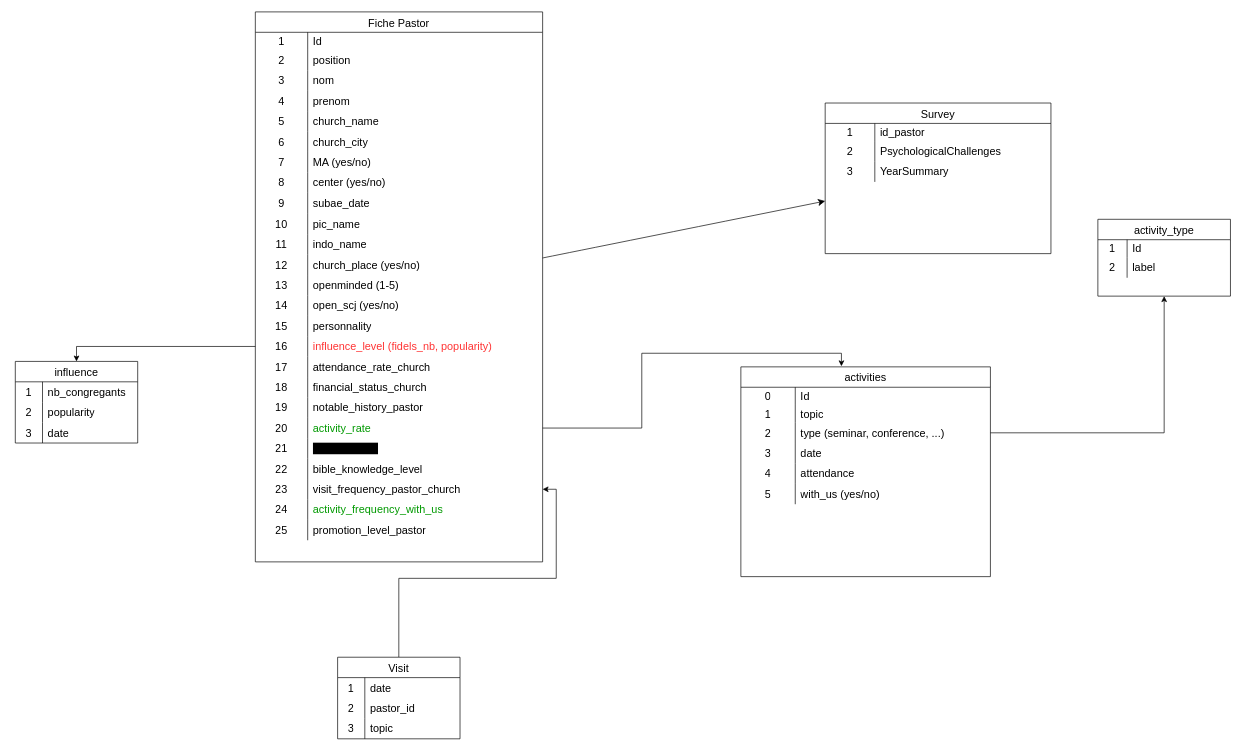
This is DMD_Data_Model.drawio from Jbertrius/dmd_model, a draw.io file, before an edit. Source tidied: cells renumbered, new cells numbered last; positions are measured from the earlier drawing's top-left corner, leaving out a move shared by most shapes. Both pictures are drawn from the tidied source at 68%, with x=0, y=0 at pixel (15, 12).
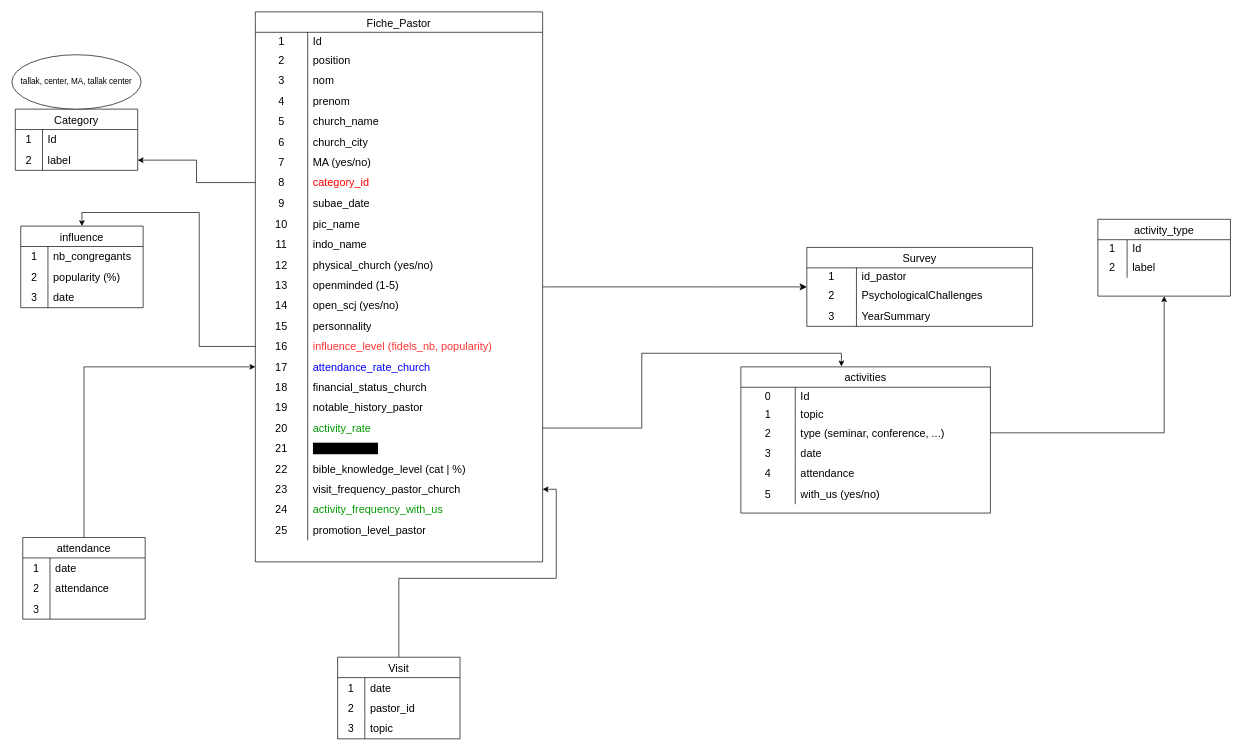
The same diagram, later.

Commit message:
Mettre à jour DMD_Data_Model.drawio

The change refers to these unchanged cells:
```xml
<mxCell id="25" style="shape=tableRow;horizontal=0;startSize=0;swimlaneHead=0;swimlaneBody=0;top=0;left=0;bottom=0;right=0;fillColor=none;points=[[0,0.5],[1,0.5]];portConstraint=eastwest;strokeColor=inherit;fontSize=16;" parent="3" vertex="1">
  <mxGeometry y="236" width="422.5" height="30" as="geometry" />
</mxCell>
<mxCell id="37" style="shape=tableRow;horizontal=0;startSize=0;swimlaneHead=0;swimlaneBody=0;top=0;left=0;bottom=0;right=0;fillColor=none;strokeColor=inherit;fontSize=16;" parent="3" vertex="1">
  <mxGeometry y="357" width="422.5" height="30" as="geometry" />
</mxCell>
<mxCell id="52" style="shape=tableRow;horizontal=0;startSize=0;swimlaneHead=0;swimlaneBody=0;top=0;left=0;bottom=0;right=0;fillColor=none;points=[[0,0.5],[1,0.5]];portConstraint=eastwest;strokeColor=inherit;fontSize=16;" parent="3" vertex="1">
  <mxGeometry y="507" width="422.5" height="30" as="geometry" />
</mxCell>
<mxCell id="67" style="shape=tableRow;horizontal=0;startSize=0;swimlaneHead=0;swimlaneBody=0;top=0;left=0;bottom=0;right=0;fillColor=none;strokeColor=inherit;fontSize=16;" parent="3" vertex="1">
  <mxGeometry y="657" width="422.5" height="30" as="geometry" />
</mxCell>
<mxCell id="121" style="shape=tableRow;horizontal=0;startSize=0;swimlaneHead=0;swimlaneBody=0;top=0;left=0;bottom=0;right=0;fillColor=none;strokeColor=inherit;fontSize=16;" parent="117" vertex="1">
  <mxGeometry y="60" width="180" height="30" as="geometry" />
</mxCell>
```

What changed in the source:
```diff
@@
-    <mxCell id="3" value="Fiche Pastor" style="shape=table;startSize=30;childLayout=tableLayout;rowLines=0;fontStyle=0;strokeColor=default;fontSize=16;" parent="1" vertex="1">
+    <mxCell id="3" value="Fiche_Pastor" style="shape=table;startSize=30;childLayout=tableLayout;rowLines=0;fontStyle=0;strokeColor=default;fontSize=16;" parent="1" vertex="1">
       <mxGeometry x="353" width="422.5" height="808.8" as="geometry" />
     </mxCell>
@@
-    <mxCell id="27" value="center (yes/no)" style="shape=partialRectangle;html=1;whiteSpace=wrap;fillColor=none;top=0;left=0;bottom=0;right=0;align=left;spacingLeft=6;overflow=hidden;strokeColor=inherit;fontSize=16;" parent="25" vertex="1">
+    <mxCell id="27" value="category_id" style="shape=partialRectangle;html=1;whiteSpace=wrap;fillColor=none;top=0;left=0;bottom=0;right=0;align=left;spacingLeft=6;overflow=hidden;strokeColor=inherit;fontSize=16;fontColor=#FF0000;" parent="25" vertex="1">
       <mxGeometry x="77" width="346" height="30" as="geometry" />
     </mxCell>
@@
-    <mxCell id="39" value="church_place (yes/no)" style="shape=partialRectangle;html=1;whiteSpace=wrap;fillColor=none;top=0;left=0;bottom=0;right=0;align=left;spacingLeft=6;overflow=hidden;strokeColor=inherit;fontSize=16;" parent="37" vertex="1">
+    <mxCell id="39" value="physical_church (yes/no)" style="shape=partialRectangle;html=1;whiteSpace=wrap;fillColor=none;top=0;left=0;bottom=0;right=0;align=left;spacingLeft=6;overflow=hidden;strokeColor=inherit;fontSize=16;" parent="37" vertex="1">
       <mxGeometry x="77" width="346" height="30" as="geometry" />
     </mxCell>
@@
-    <mxCell id="54" value="&lt;font color=&quot;#000000&quot;&gt;attendance_rate_church&lt;/font&gt;" style="shape=partialRectangle;html=1;whiteSpace=wrap;fillColor=none;top=0;left=0;bottom=0;right=0;align=left;spacingLeft=6;overflow=hidden;strokeColor=inherit;fontSize=16;fontColor=#FF3333;" parent="52" vertex="1">
+    <mxCell id="54" value="&lt;font&gt;attendance_rate_church&lt;/font&gt;" style="shape=partialRectangle;html=1;whiteSpace=wrap;fillColor=none;top=0;left=0;bottom=0;right=0;align=left;spacingLeft=6;overflow=hidden;strokeColor=inherit;fontSize=16;fontColor=#0000FF;" parent="52" vertex="1">
       <mxGeometry x="77" width="346" height="30" as="geometry" />
     </mxCell>
@@
-    <mxCell id="69" value="bible_knowledge_level" style="shape=partialRectangle;html=1;whiteSpace=wrap;fillColor=none;top=0;left=0;bottom=0;right=0;align=left;spacingLeft=6;overflow=hidden;strokeColor=inherit;fontSize=16;fontColor=#000000;" parent="67" vertex="1">
+    <mxCell id="69" value="bible_knowledge_level (cat | %)" style="shape=partialRectangle;html=1;whiteSpace=wrap;fillColor=none;top=0;left=0;bottom=0;right=0;align=left;spacingLeft=6;overflow=hidden;strokeColor=inherit;fontSize=16;fontColor=#000000;" parent="67" vertex="1">
       <mxGeometry x="77" width="346" height="30" as="geometry" />
     </mxCell>
@@
     <mxCell id="79" value="Survey" style="shape=table;startSize=30;childLayout=tableLayout;rowLines=0;fontStyle=0;strokeColor=default;fontSize=16;" parent="1" vertex="1">
-      <mxGeometry x="1191" y="134" width="332" height="221.5" as="geometry" />
+      <mxGeometry x="1164" y="346.4" width="332" height="116" as="geometry" />
     </mxCell>
@@
     <mxCell id="89" value="activities" style="shape=table;startSize=30;childLayout=tableLayout;rowLines=0;fontStyle=0;strokeColor=default;fontSize=16;" parent="1" vertex="1">
-      <mxGeometry x="1067" y="522" width="367" height="308.5" as="geometry" />
+      <mxGeometry x="1067" y="522" width="367" height="215" as="geometry" />
     </mxCell>
@@
     <mxCell id="117" value="influence" style="shape=table;startSize=30;childLayout=tableLayout;rowLines=0;fontStyle=0;strokeColor=default;fontSize=16;" parent="1" vertex="1">
-      <mxGeometry y="514" width="180" height="120" as="geometry" />
+      <mxGeometry x="8" y="315" width="180" height="120" as="geometry" />
     </mxCell>
@@
-    <mxCell id="123" value="popularity" style="shape=partialRectangle;html=1;whiteSpace=wrap;fillColor=none;top=0;left=0;bottom=0;right=0;align=left;spacingLeft=6;overflow=hidden;strokeColor=inherit;fontSize=16;" parent="121" vertex="1">
+    <mxCell id="123" value="popularity (%)" style="shape=partialRectangle;html=1;whiteSpace=wrap;fillColor=none;top=0;left=0;bottom=0;right=0;align=left;spacingLeft=6;overflow=hidden;strokeColor=inherit;fontSize=16;" parent="121" vertex="1">
       <mxGeometry x="40" width="140" height="30" as="geometry" />
     </mxCell>
@@
+    <mxCell id="139" value="Category" style="shape=table;startSize=30;childLayout=tableLayout;rowLines=0;fontStyle=0;strokeColor=default;fontSize=16;" parent="1" vertex="1">
+      <mxGeometry y="143" width="180" height="90" as="geometry" />
+    </mxCell>
+    <mxCell id="140" style="shape=tableRow;horizontal=0;startSize=0;swimlaneHead=0;swimlaneBody=0;top=0;left=0;bottom=0;right=0;fillColor=none;strokeColor=inherit;fontSize=16;" parent="139" vertex="1">
+      <mxGeometry y="30" width="180" height="30" as="geometry" />
+    </mxCell>
+    <mxCell id="141" value="1" style="shape=partialRectangle;html=1;whiteSpace=wrap;fillColor=none;top=0;left=0;bottom=0;right=0;overflow=hidden;strokeColor=inherit;fontSize=16;" parent="140" vertex="1">
+      <mxGeometry width="40" height="30" as="geometry" />
+    </mxCell>
+    <mxCell id="142" value="Id" style="shape=partialRectangle;html=1;whiteSpace=wrap;fillColor=none;top=0;left=0;bottom=0;right=0;align=left;spacingLeft=6;overflow=hidden;strokeColor=inherit;fontSize=16;" parent="140" vertex="1">
+      <mxGeometry x="40" width="140" height="30" as="geometry" />
+    </mxCell>
+    <mxCell id="143" style="shape=tableRow;horizontal=0;startSize=0;swimlaneHead=0;swimlaneBody=0;top=0;left=0;bottom=0;right=0;fillColor=none;points=[[0,0.5],[1,0.5]];portConstraint=eastwest;strokeColor=inherit;fontSize=16;" parent="139" vertex="1">
+      <mxGeometry y="60" width="180" height="30" as="geometry" />
+    </mxCell>
+    <mxCell id="144" value="2" style="shape=partialRectangle;html=1;whiteSpace=wrap;fillColor=none;top=0;left=0;bottom=0;right=0;overflow=hidden;strokeColor=inherit;fontSize=16;" parent="143" vertex="1">
+      <mxGeometry width="40" height="30" as="geometry" />
+    </mxCell>
+    <mxCell id="145" value="label" style="shape=partialRectangle;html=1;whiteSpace=wrap;fillColor=none;top=0;left=0;bottom=0;right=0;align=left;spacingLeft=6;overflow=hidden;strokeColor=inherit;fontSize=16;" parent="143" vertex="1">
+      <mxGeometry x="40" width="140" height="30" as="geometry" />
+    </mxCell>
+    <mxCell id="146" style="edgeStyle=orthogonalEdgeStyle;rounded=0;jettySize=auto;html=1;entryX=1;entryY=0.5;entryDx=0;entryDy=0;" parent="1" edge="1" source="25" target="143">
+      <mxGeometry relative="1" as="geometry" />
+    </mxCell>
+    <mxCell id="147" value="tallak, center, MA, tallak center" style="ellipse;whiteSpace=wrap;html=1;" parent="1" vertex="1">
+      <mxGeometry x="-5" y="63" width="190" height="80" as="geometry" />
+    </mxCell>
+    <mxCell id="148" style="edgeStyle=orthogonalEdgeStyle;rounded=0;jettySize=auto;html=1;exitX=0.5;exitY=0;exitDx=0;exitDy=0;entryX=0;entryY=0.5;entryDx=0;entryDy=0;" parent="1" edge="1" source="149" target="52">
+      <mxGeometry relative="1" as="geometry" />
+    </mxCell>
+    <mxCell id="149" value="attendance" style="shape=table;startSize=30;childLayout=tableLayout;rowLines=0;fontStyle=0;strokeColor=default;fontSize=16;" parent="1" vertex="1">
+      <mxGeometry x="11" y="773" width="180" height="120" as="geometry" />
+    </mxCell>
+    <mxCell id="150" style="shape=tableRow;horizontal=0;startSize=0;swimlaneHead=0;swimlaneBody=0;top=0;left=0;bottom=0;right=0;fillColor=none;strokeColor=inherit;fontSize=16;" parent="149" vertex="1">
+      <mxGeometry y="30" width="180" height="30" as="geometry" />
+    </mxCell>
+    <mxCell id="151" value="1" style="shape=partialRectangle;html=1;whiteSpace=wrap;fillColor=none;top=0;left=0;bottom=0;right=0;overflow=hidden;strokeColor=inherit;fontSize=16;" parent="150" vertex="1">
+      <mxGeometry width="40" height="30" as="geometry" />
+    </mxCell>
+    <mxCell id="152" value="date" style="shape=partialRectangle;html=1;whiteSpace=wrap;fillColor=none;top=0;left=0;bottom=0;right=0;align=left;spacingLeft=6;overflow=hidden;strokeColor=inherit;fontSize=16;" parent="150" vertex="1">
+      <mxGeometry x="40" width="140" height="30" as="geometry" />
+    </mxCell>
+    <mxCell id="153" style="shape=tableRow;horizontal=0;startSize=0;swimlaneHead=0;swimlaneBody=0;top=0;left=0;bottom=0;right=0;fillColor=none;strokeColor=inherit;fontSize=16;" parent="149" vertex="1">
+      <mxGeometry y="60" width="180" height="30" as="geometry" />
+    </mxCell>
+    <mxCell id="154" value="2" style="shape=partialRectangle;html=1;whiteSpace=wrap;fillColor=none;top=0;left=0;bottom=0;right=0;overflow=hidden;strokeColor=inherit;fontSize=16;" parent="153" vertex="1">
+      <mxGeometry width="40" height="30" as="geometry" />
+    </mxCell>
+    <mxCell id="155" value="attendance" style="shape=partialRectangle;html=1;whiteSpace=wrap;fillColor=none;top=0;left=0;bottom=0;right=0;align=left;spacingLeft=6;overflow=hidden;strokeColor=inherit;fontSize=16;" parent="153" vertex="1">
+      <mxGeometry x="40" width="140" height="30" as="geometry" />
+    </mxCell>
+    <mxCell id="156" style="shape=tableRow;horizontal=0;startSize=0;swimlaneHead=0;swimlaneBody=0;top=0;left=0;bottom=0;right=0;fillColor=none;strokeColor=inherit;fontSize=16;" parent="149" vertex="1">
+      <mxGeometry y="90" width="180" height="30" as="geometry" />
+    </mxCell>
+    <mxCell id="157" value="3" style="shape=partialRectangle;html=1;whiteSpace=wrap;fillColor=none;top=0;left=0;bottom=0;right=0;overflow=hidden;strokeColor=inherit;fontSize=16;" parent="156" vertex="1">
+      <mxGeometry width="40" height="30" as="geometry" />
+    </mxCell>
+    <mxCell id="158" style="shape=partialRectangle;html=1;whiteSpace=wrap;fillColor=none;top=0;left=0;bottom=0;right=0;align=left;spacingLeft=6;overflow=hidden;strokeColor=inherit;fontSize=16;" parent="156" vertex="1">
+      <mxGeometry x="40" width="140" height="30" as="geometry" />
+    </mxCell>
```
